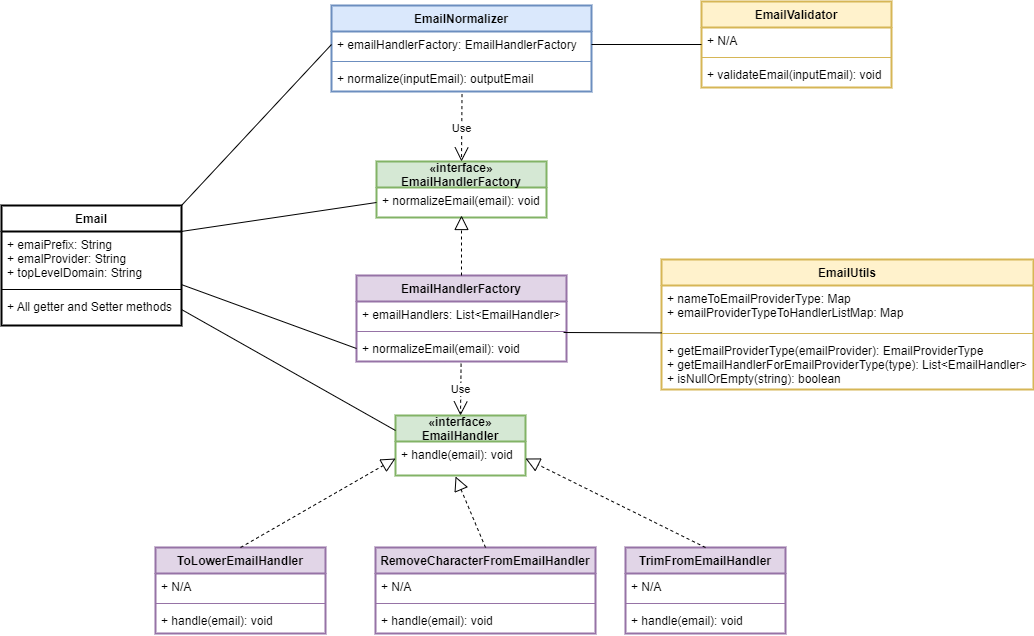
Above: src/main/resources/EmailNormalization.png in surajs1n/email-normalization (draw.io), before the change. Source tidied: cells renumbered, new cells last; positions are measured from the earlier drawing's top-left corner, leaving out a move shared by most shapes.
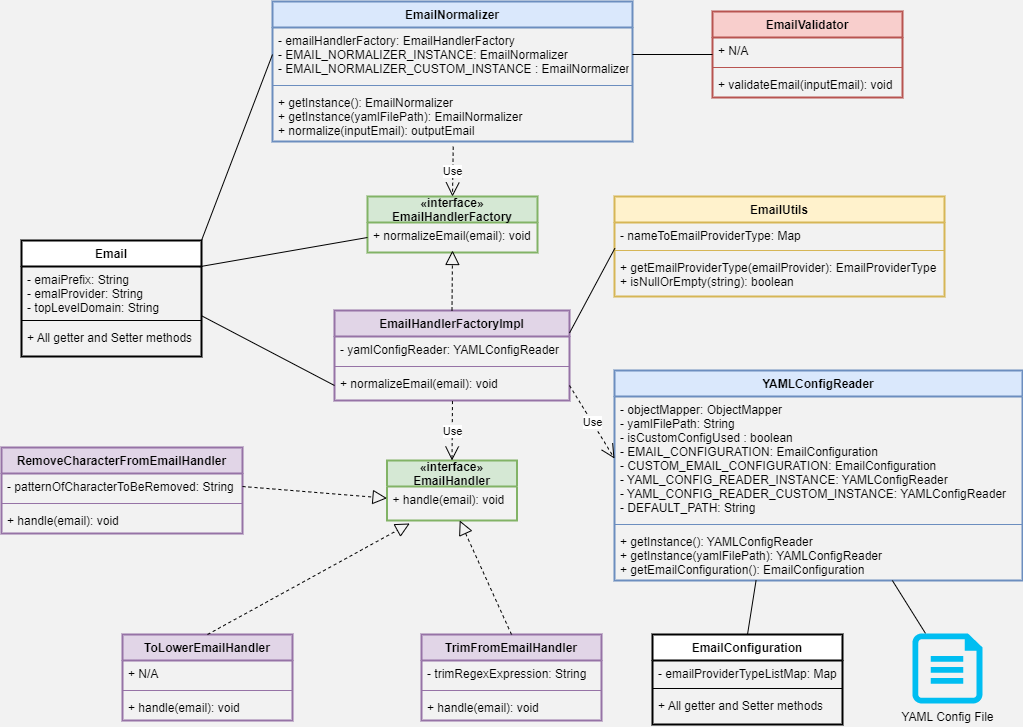
Above is the later version.

Diff of the diagram source:
```diff
@@ -1,18 +1,18 @@
-<mxGraphModel>
+<mxGraphModel background="#F2F2F2">
   <root>
     <mxCell id="0" />
     <mxCell id="1" parent="0" />
     <mxCell id="2" value="EmailNormalizer" style="swimlane;fontStyle=1;align=center;verticalAlign=top;horizontal=1;startSize=26;fillColor=#dae8fc;strokeColor=#6c8ebf;strokeWidth=2;" parent="1" vertex="1">
-      <mxGeometry x="330" y="4" width="260" height="86" as="geometry" />
+      <mxGeometry x="280" y="-35" width="360" height="140" as="geometry" />
     </mxCell>
-    <mxCell id="3" value="+ emailHandlerFactory: EmailHandlerFactory" style="text;strokeColor=none;fillColor=none;align=left;verticalAlign=top;spacingLeft=4;spacingRight=4;overflow=hidden;points=[[0,0.5],[1,0.5]];portConstraint=eastwest;" parent="2" vertex="1">
-      <mxGeometry y="26" width="260" height="26" as="geometry" />
+    <mxCell id="3" value="- emailHandlerFactory: EmailHandlerFactory&#10;- EMAIL_NORMALIZER_INSTANCE: EmailNormalizer&#10;- EMAIL_NORMALIZER_CUSTOM_INSTANCE : EmailNormalizer" style="text;strokeColor=none;fillColor=none;align=left;verticalAlign=top;spacingLeft=4;spacingRight=4;overflow=hidden;points=[[0,0.5],[1,0.5]];portConstraint=eastwest;" parent="2" vertex="1">
+      <mxGeometry y="26" width="360" height="54" as="geometry" />
     </mxCell>
     <mxCell id="4" style="line;strokeWidth=1;fillColor=none;align=left;verticalAlign=middle;spacingTop=-1;spacingLeft=3;spacingRight=3;labelPosition=right;strokeColor=inherit;" parent="2" vertex="1">
-      <mxGeometry y="52" width="260" height="8" as="geometry" />
+      <mxGeometry y="80" width="360" height="8" as="geometry" />
     </mxCell>
-    <mxCell id="5" value="+ normalize(inputEmail): outputEmail" style="text;strokeColor=none;fillColor=none;align=left;verticalAlign=top;spacingLeft=4;spacingRight=4;overflow=hidden;points=[[0,0.5],[1,0.5]];portConstraint=eastwest;" parent="2" vertex="1">
-      <mxGeometry y="60" width="260" height="26" as="geometry" />
+    <mxCell id="5" value="+ getInstance(): EmailNormalizer&#10;+ getInstance(yamlFilePath): EmailNormalizer&#10;+ normalize(inputEmail): outputEmail" style="text;strokeColor=none;fillColor=none;align=left;verticalAlign=top;spacingLeft=4;spacingRight=4;overflow=hidden;points=[[0,0.5],[1,0.5]];portConstraint=eastwest;" parent="2" vertex="1">
+      <mxGeometry y="88" width="360" height="52" as="geometry" />
     </mxCell>
     <mxCell id="6" value="«interface»&#10;EmailHandlerFactory" style="swimlane;fontStyle=1;horizontal=1;startSize=26;fillColor=#d5e8d4;strokeColor=#82b366;strokeWidth=2;" parent="1" vertex="1">
       <mxGeometry x="375" y="160" width="170" height="56" as="geometry" />
@@ -20,26 +20,26 @@
     <mxCell id="7" value="+ normalizeEmail(email): void" style="text;strokeColor=none;fillColor=none;align=left;verticalAlign=top;spacingLeft=4;spacingRight=4;overflow=hidden;points=[[0,0.5],[1,0.5]];portConstraint=eastwest;" parent="6" vertex="1">
       <mxGeometry y="26" width="170" height="30" as="geometry" />
     </mxCell>
-    <mxCell id="8" value="EmailHandlerFactory" style="swimlane;fontStyle=1;align=center;verticalAlign=top;horizontal=1;startSize=26;fillColor=#e1d5e7;strokeColor=#9673a6;strokeWidth=2;" parent="1" vertex="1">
-      <mxGeometry x="355" y="274" width="210" height="86" as="geometry" />
+    <mxCell id="8" value="EmailHandlerFactoryImpl" style="swimlane;fontStyle=1;align=center;verticalAlign=top;horizontal=1;startSize=26;fillColor=#e1d5e7;strokeColor=#9673a6;strokeWidth=2;" parent="1" vertex="1">
+      <mxGeometry x="342" y="274" width="235" height="90" as="geometry" />
     </mxCell>
-    <mxCell id="9" value="+ emailHandlers: List&lt;EmailHandler&gt;" style="text;strokeColor=none;fillColor=none;align=left;verticalAlign=top;spacingLeft=4;spacingRight=4;overflow=hidden;" parent="8" vertex="1">
-      <mxGeometry y="26" width="210" height="26" as="geometry" />
+    <mxCell id="9" value="- yamlConfigReader: YAMLConfigReader" style="text;strokeColor=none;fillColor=none;align=left;verticalAlign=top;spacingLeft=4;spacingRight=4;overflow=hidden;" parent="8" vertex="1">
+      <mxGeometry y="26" width="235" height="26" as="geometry" />
     </mxCell>
     <mxCell id="10" style="line;strokeWidth=1;fillColor=none;align=left;verticalAlign=middle;spacingTop=-1;spacingLeft=3;spacingRight=3;labelPosition=right;strokeColor=inherit;" parent="8" vertex="1">
-      <mxGeometry y="52" width="210" height="8" as="geometry" />
+      <mxGeometry y="52" width="235" height="8" as="geometry" />
     </mxCell>
     <mxCell id="11" value="+ normalizeEmail(email): void" style="text;strokeColor=none;fillColor=none;align=left;verticalAlign=top;spacingLeft=4;spacingRight=4;overflow=hidden;points=[[0,0.5],[1,0.5]];portConstraint=eastwest;" parent="8" vertex="1">
-      <mxGeometry y="60" width="210" height="26" as="geometry" />
+      <mxGeometry y="60" width="235" height="30" as="geometry" />
     </mxCell>
     <mxCell id="12" value="«interface»&#10;EmailHandler" style="swimlane;fontStyle=1;horizontal=1;startSize=26;fillColor=#d5e8d4;strokeColor=#82b366;strokeWidth=2;" parent="1" vertex="1">
-      <mxGeometry x="394" y="414" width="130" height="60" as="geometry" />
+      <mxGeometry x="394.5" y="424" width="130" height="60" as="geometry" />
     </mxCell>
     <mxCell id="13" value="+ handle(email): void" style="text;strokeColor=none;fillColor=none;align=left;verticalAlign=top;spacingLeft=4;spacingRight=4;overflow=hidden;points=[[0,0.5],[1,0.5]];portConstraint=eastwest;" parent="12" vertex="1">
       <mxGeometry y="26" width="130" height="34" as="geometry" />
     </mxCell>
     <mxCell id="14" value="ToLowerEmailHandler" style="swimlane;fontStyle=1;align=center;verticalAlign=top;horizontal=1;startSize=26;fillColor=#e1d5e7;strokeColor=#9673a6;strokeWidth=2;" parent="1" vertex="1">
-      <mxGeometry x="154" y="546" width="170" height="86" as="geometry" />
+      <mxGeometry x="130" y="598" width="170" height="86" as="geometry" />
     </mxCell>
     <mxCell id="15" value="+ N/A" style="text;strokeColor=none;fillColor=none;align=left;verticalAlign=top;spacingLeft=4;spacingRight=4;overflow=hidden;" parent="14" vertex="1">
       <mxGeometry y="26" width="170" height="26" as="geometry" />
@@ -51,55 +51,55 @@
       <mxGeometry y="60" width="170" height="26" as="geometry" />
     </mxCell>
     <mxCell id="18" value="RemoveCharacterFromEmailHandler" style="swimlane;fontStyle=1;align=center;verticalAlign=top;horizontal=1;startSize=26;fillColor=#e1d5e7;strokeColor=#9673a6;strokeWidth=2;" parent="1" vertex="1">
-      <mxGeometry x="374" y="546" width="220" height="86" as="geometry" />
+      <mxGeometry x="9" y="411" width="241" height="86" as="geometry" />
     </mxCell>
-    <mxCell id="19" value="+ N/A" style="text;strokeColor=none;fillColor=none;align=left;verticalAlign=top;spacingLeft=4;spacingRight=4;overflow=hidden;points=[[0,0.5],[1,0.5]];portConstraint=eastwest;" parent="18" vertex="1">
-      <mxGeometry y="26" width="220" height="26" as="geometry" />
+    <mxCell id="19" value="- patternOfCharacterToBeRemoved: String" style="text;strokeColor=none;fillColor=none;align=left;verticalAlign=top;spacingLeft=4;spacingRight=4;overflow=hidden;points=[[0,0.5],[1,0.5]];portConstraint=eastwest;" parent="18" vertex="1">
+      <mxGeometry y="26" width="241" height="26" as="geometry" />
     </mxCell>
     <mxCell id="20" style="line;strokeWidth=1;fillColor=none;align=left;verticalAlign=middle;spacingTop=-1;spacingLeft=3;spacingRight=3;labelPosition=right;strokeColor=inherit;" parent="18" vertex="1">
-      <mxGeometry y="52" width="220" height="8" as="geometry" />
+      <mxGeometry y="52" width="241" height="8" as="geometry" />
     </mxCell>
     <mxCell id="21" value="+ handle(email): void" style="text;strokeColor=none;fillColor=none;align=left;verticalAlign=top;spacingLeft=4;spacingRight=4;overflow=hidden;" parent="18" vertex="1">
-      <mxGeometry y="60" width="220" height="26" as="geometry" />
+      <mxGeometry y="60" width="241" height="26" as="geometry" />
     </mxCell>
     <mxCell id="22" value="TrimFromEmailHandler" style="swimlane;fontStyle=1;align=center;verticalAlign=top;horizontal=1;startSize=26;fillColor=#e1d5e7;strokeColor=#9673a6;strokeWidth=2;" parent="1" vertex="1">
-      <mxGeometry x="624" y="546" width="160" height="86" as="geometry" />
+      <mxGeometry x="429" y="598" width="180" height="86" as="geometry" />
     </mxCell>
-    <mxCell id="23" value="+ N/A" style="text;strokeColor=none;fillColor=none;align=left;verticalAlign=top;spacingLeft=4;spacingRight=4;overflow=hidden;" parent="22" vertex="1">
-      <mxGeometry y="26" width="160" height="26" as="geometry" />
+    <mxCell id="23" value="- trimRegexExpression: String" style="text;strokeColor=none;fillColor=none;align=left;verticalAlign=top;spacingLeft=4;spacingRight=4;overflow=hidden;" parent="22" vertex="1">
+      <mxGeometry y="26" width="180" height="26" as="geometry" />
     </mxCell>
     <mxCell id="24" style="line;strokeWidth=1;fillColor=none;align=left;verticalAlign=middle;spacingTop=-1;spacingLeft=3;spacingRight=3;labelPosition=right;strokeColor=inherit;" parent="22" vertex="1">
-      <mxGeometry y="52" width="160" height="8" as="geometry" />
+      <mxGeometry y="52" width="180" height="8" as="geometry" />
     </mxCell>
     <mxCell id="25" value="+ handle(email): void" style="text;strokeColor=none;fillColor=none;align=left;verticalAlign=top;spacingLeft=4;spacingRight=4;overflow=hidden;" parent="22" vertex="1">
-      <mxGeometry y="60" width="160" height="26" as="geometry" />
+      <mxGeometry y="60" width="180" height="26" as="geometry" />
     </mxCell>
     <mxCell id="26" value="Email" style="swimlane;fontStyle=1;align=center;verticalAlign=top;horizontal=1;startSize=26;strokeWidth=2;" parent="1" vertex="1">
-      <mxGeometry y="204" width="180" height="120" as="geometry" />
+      <mxGeometry x="29" y="204" width="180" height="116" as="geometry" />
     </mxCell>
-    <mxCell id="27" value="+ emaiPrefix: String&#10;+ emalProvider: String&#10;+ topLevelDomain: String" style="text;strokeColor=none;fillColor=none;align=left;verticalAlign=top;spacingLeft=4;spacingRight=4;overflow=hidden;points=[[0,0.5],[1,0.5]];portConstraint=eastwest;" parent="26" vertex="1">
-      <mxGeometry y="26" width="180" height="54" as="geometry" />
+    <mxCell id="27" value="- emaiPrefix: String&#10;- emalProvider: String&#10;- topLevelDomain: String" style="text;strokeColor=none;fillColor=none;align=left;verticalAlign=top;spacingLeft=4;spacingRight=4;overflow=hidden;points=[[0,0.5],[1,0.5]];portConstraint=eastwest;" parent="26" vertex="1">
+      <mxGeometry y="26" width="180" height="50" as="geometry" />
     </mxCell>
     <mxCell id="28" style="line;strokeWidth=1;fillColor=none;align=left;verticalAlign=middle;spacingTop=-1;spacingLeft=3;spacingRight=3;labelPosition=right;strokeColor=inherit;" parent="26" vertex="1">
-      <mxGeometry y="80" width="180" height="8" as="geometry" />
+      <mxGeometry y="76" width="180" height="8" as="geometry" />
     </mxCell>
     <mxCell id="29" value="+ All getter and Setter methods" style="text;strokeColor=none;fillColor=none;align=left;verticalAlign=top;spacingLeft=4;spacingRight=4;overflow=hidden;points=[[0,0.5],[1,0.5]];portConstraint=eastwest;" parent="26" vertex="1">
-      <mxGeometry y="88" width="180" height="32" as="geometry" />
+      <mxGeometry y="84" width="180" height="32" as="geometry" />
     </mxCell>
     <mxCell id="30" value="EmailUtils" style="swimlane;fontStyle=1;align=center;verticalAlign=top;horizontal=1;startSize=26;fillColor=#fff2cc;strokeColor=#d6b656;strokeWidth=2;" parent="1" vertex="1">
-      <mxGeometry x="660" y="258" width="372" height="130" as="geometry" />
+      <mxGeometry x="622" y="160" width="330" height="100" as="geometry" />
     </mxCell>
-    <mxCell id="31" value="+ nameToEmailProviderType: Map&#10;+ emailProviderTypeToHandlerListMap: Map" style="text;strokeColor=none;fillColor=none;align=left;verticalAlign=top;spacingLeft=4;spacingRight=4;overflow=hidden;points=[[0,0.5],[1,0.5]];portConstraint=eastwest;" parent="30" vertex="1">
-      <mxGeometry y="26" width="372" height="44" as="geometry" />
+    <mxCell id="31" value="- nameToEmailProviderType: Map" style="text;strokeColor=none;fillColor=none;align=left;verticalAlign=top;spacingLeft=4;spacingRight=4;overflow=hidden;points=[[0,0.5],[1,0.5]];portConstraint=eastwest;" parent="30" vertex="1">
+      <mxGeometry y="26" width="330" height="24" as="geometry" />
     </mxCell>
     <mxCell id="32" style="line;strokeWidth=1;fillColor=none;align=left;verticalAlign=middle;spacingTop=-1;spacingLeft=3;spacingRight=3;labelPosition=right;strokeColor=inherit;" parent="30" vertex="1">
-      <mxGeometry y="70" width="372" height="8" as="geometry" />
+      <mxGeometry y="50" width="330" height="8" as="geometry" />
     </mxCell>
-    <mxCell id="33" value="+ getEmailProviderType(emailProvider): EmailProviderType&#10;+ getEmailHandlerForEmailProviderType(type): List&lt;EmailHandler&gt;&#10;+ isNullOrEmpty(string): boolean" style="text;strokeColor=none;fillColor=none;align=left;verticalAlign=top;spacingLeft=4;spacingRight=4;overflow=hidden;" parent="30" vertex="1">
-      <mxGeometry y="78" width="372" height="52" as="geometry" />
+    <mxCell id="33" value="+ getEmailProviderType(emailProvider): EmailProviderType&#10;+ isNullOrEmpty(string): boolean" style="text;strokeColor=none;fillColor=none;align=left;verticalAlign=top;spacingLeft=4;spacingRight=4;overflow=hidden;" parent="30" vertex="1">
+      <mxGeometry y="58" width="330" height="42" as="geometry" />
     </mxCell>
-    <mxCell id="34" value="EmailValidator" style="swimlane;fontStyle=1;align=center;verticalAlign=top;horizontal=1;startSize=26;fillColor=#fff2cc;strokeColor=#d6b656;strokeWidth=2;" parent="1" vertex="1">
-      <mxGeometry x="700" width="190" height="86" as="geometry" />
+    <mxCell id="34" value="EmailValidator" style="swimlane;fontStyle=1;align=center;verticalAlign=top;horizontal=1;startSize=26;fillColor=#f8cecc;strokeColor=#b85450;strokeWidth=2;" parent="1" vertex="1">
+      <mxGeometry x="720" y="-25" width="190" height="86" as="geometry" />
     </mxCell>
     <mxCell id="35" value="+ N/A" style="text;strokeColor=none;fillColor=none;align=left;verticalAlign=top;spacingLeft=4;spacingRight=4;overflow=hidden;" parent="34" vertex="1">
       <mxGeometry y="26" width="190" height="26" as="geometry" />
@@ -110,13 +110,13 @@
     <mxCell id="37" value="+ validateEmail(inputEmail): void" style="text;strokeColor=none;fillColor=none;align=left;verticalAlign=top;spacingLeft=4;spacingRight=4;overflow=hidden;" parent="34" vertex="1">
       <mxGeometry y="60" width="190" height="26" as="geometry" />
     </mxCell>
-    <mxCell id="38" style="endArrow=block;dashed=1;endFill=0;endSize=12;html=1;rounded=0;exitX=0.5;exitY=0;exitDx=0;exitDy=0;entryX=0;entryY=0.5;entryDx=0;entryDy=0;" parent="1" edge="1" source="14" target="13">
+    <mxCell id="38" style="endArrow=block;dashed=1;endFill=0;endSize=12;html=1;rounded=0;exitX=0.5;exitY=0;exitDx=0;exitDy=0;entryX=0.175;entryY=1.088;entryDx=0;entryDy=0;entryPerimeter=0;" parent="1" edge="1" source="14" target="13">
       <mxGeometry relative="1" as="geometry" />
     </mxCell>
-    <mxCell id="39" style="endArrow=block;dashed=1;endFill=0;endSize=12;html=1;rounded=0;exitX=0.5;exitY=0;exitDx=0;exitDy=0;entryX=0.462;entryY=1.029;entryDx=0;entryDy=0;entryPerimeter=0;" parent="1" edge="1" source="18" target="13">
+    <mxCell id="39" style="endArrow=block;dashed=1;endFill=0;endSize=12;html=1;rounded=0;exitX=1;exitY=0.5;exitDx=0;exitDy=0;" parent="1" edge="1" source="19" target="13">
       <mxGeometry relative="1" as="geometry" />
     </mxCell>
-    <mxCell id="40" style="endArrow=block;dashed=1;endFill=0;endSize=12;html=1;rounded=0;exitX=0.5;exitY=0;exitDx=0;exitDy=0;entryX=1;entryY=0.5;entryDx=0;entryDy=0;" parent="1" edge="1" source="22" target="13">
+    <mxCell id="40" style="endArrow=block;dashed=1;endFill=0;endSize=12;html=1;rounded=0;exitX=0.5;exitY=0;exitDx=0;exitDy=0;" parent="1" edge="1" source="22" target="13">
       <mxGeometry relative="1" as="geometry" />
     </mxCell>
     <mxCell id="41" value="Use" style="endArrow=open;endSize=12;dashed=1;html=1;rounded=0;exitX=0.502;exitY=1.1;exitDx=0;exitDy=0;exitPerimeter=0;entryX=0.5;entryY=0;entryDx=0;entryDy=0;" parent="1" edge="1" source="5" target="6">
@@ -127,10 +127,7 @@
         <mxPoint x="460" y="214" as="targetPoint" />
       </mxGeometry>
     </mxCell>
-    <mxCell id="43" value="Use" style="endArrow=open;endSize=12;dashed=1;html=1;rounded=0;exitX=0.498;exitY=1.085;exitDx=0;exitDy=0;exitPerimeter=0;entryX=0.5;entryY=0;entryDx=0;entryDy=0;" parent="1" edge="1" source="11" target="12">
-      <mxGeometry relative="1" as="geometry" />
-    </mxCell>
-    <mxCell id="44" style="endArrow=none;html=1;rounded=0;entryX=0.001;entryY=1.077;entryDx=0;entryDy=0;entryPerimeter=0;exitX=0.986;exitY=-0.115;exitDx=0;exitDy=0;exitPerimeter=0;" parent="1" edge="1" source="11" target="31">
+    <mxCell id="44" style="endArrow=none;html=1;rounded=0;entryX=0.001;entryY=1.077;entryDx=0;entryDy=0;entryPerimeter=0;exitX=1;exitY=0.25;exitDx=0;exitDy=0;" parent="1" edge="1" source="8" target="31">
       <mxGeometry relative="1" as="geometry" />
     </mxCell>
     <mxCell id="45" style="endArrow=none;html=1;rounded=0;entryX=0;entryY=0.5;entryDx=0;entryDy=0;exitX=1;exitY=0.5;exitDx=0;exitDy=0;" parent="1" edge="1" source="3" target="34">
@@ -142,11 +139,47 @@
     <mxCell id="47" style="endArrow=none;html=1;rounded=0;entryX=0;entryY=0.5;entryDx=0;entryDy=0;exitX=0.989;exitY=0.004;exitDx=0;exitDy=0;exitPerimeter=0;" parent="1" edge="1" source="27" target="7">
       <mxGeometry relative="1" as="geometry" />
     </mxCell>
-    <mxCell id="48" style="endArrow=none;html=1;rounded=0;entryX=0;entryY=0.25;entryDx=0;entryDy=0;exitX=1;exitY=0.5;exitDx=0;exitDy=0;" parent="1" edge="1" source="29" target="12">
-      <mxGeometry relative="1" as="geometry" />
-    </mxCell>
     <mxCell id="49" style="endArrow=none;html=1;rounded=0;entryX=0;entryY=0.5;entryDx=0;entryDy=0;exitX=1;exitY=0;exitDx=0;exitDy=0;" parent="1" edge="1" source="26" target="3">
       <mxGeometry relative="1" as="geometry" />
     </mxCell>
+    <mxCell id="50" value="YAMLConfigReader" style="swimlane;fontStyle=1;align=center;verticalAlign=top;horizontal=1;startSize=26;fillColor=#dae8fc;strokeColor=#6c8ebf;strokeWidth=2;" parent="1" vertex="1">
+      <mxGeometry x="622" y="334" width="408" height="210" as="geometry" />
+    </mxCell>
+    <mxCell id="51" value="- objectMapper: ObjectMapper&#10;- yamlFilePath: String&#10;- isCustomConfigUsed : boolean&#10;- EMAIL_CONFIGURATION: EmailConfiguration&#10;- CUSTOM_EMAIL_CONFIGURATION: EmailConfiguration&#10;- YAML_CONFIG_READER_INSTANCE: YAMLConfigReader&#10;- YAML_CONFIG_READER_CUSTOM_INSTANCE: YAMLConfigReader&#10;- DEFAULT_PATH: String" style="text;strokeColor=none;fillColor=none;align=left;verticalAlign=top;spacingLeft=4;spacingRight=4;overflow=hidden;points=[[0,0.5],[1,0.5]];portConstraint=eastwest;" parent="50" vertex="1">
+      <mxGeometry y="26" width="408" height="124" as="geometry" />
+    </mxCell>
+    <mxCell id="52" style="line;strokeWidth=1;fillColor=none;align=left;verticalAlign=middle;spacingTop=-1;spacingLeft=3;spacingRight=3;labelPosition=right;strokeColor=inherit;" parent="50" vertex="1">
+      <mxGeometry y="150" width="408" height="8" as="geometry" />
+    </mxCell>
+    <mxCell id="53" value="+ getInstance(): YAMLConfigReader&#10;+ getInstance(yamlFilePath): YAMLConfigReader&#10;+ getEmailConfiguration(): EmailConfiguration" style="text;strokeColor=none;fillColor=none;align=left;verticalAlign=top;spacingLeft=4;spacingRight=4;overflow=hidden;points=[[0,0.5],[1,0.5]];portConstraint=eastwest;" parent="50" vertex="1">
+      <mxGeometry y="158" width="408" height="52" as="geometry" />
+    </mxCell>
+    <mxCell id="54" value="Use" style="endArrow=open;endSize=12;dashed=1;html=1;rounded=0;exitX=1;exitY=0.5;exitDx=0;exitDy=0;entryX=0;entryY=0.5;entryDx=0;entryDy=0;" parent="1" edge="1" source="11" target="51">
+      <mxGeometry relative="1" as="geometry" />
+    </mxCell>
+    <mxCell id="55" value="EmailConfiguration" style="swimlane;fontStyle=1;align=center;verticalAlign=top;horizontal=1;startSize=26;strokeWidth=2;" parent="1" vertex="1">
+      <mxGeometry x="660" y="598" width="190" height="90" as="geometry" />
+    </mxCell>
+    <mxCell id="56" value="- emailProviderTypeListMap: Map" style="text;strokeColor=none;fillColor=none;align=left;verticalAlign=top;spacingLeft=4;spacingRight=4;overflow=hidden;" parent="55" vertex="1">
+      <mxGeometry y="26" width="190" height="24" as="geometry" />
+    </mxCell>
+    <mxCell id="57" style="line;strokeWidth=1;fillColor=none;align=left;verticalAlign=middle;spacingTop=-1;spacingLeft=3;spacingRight=3;labelPosition=right;strokeColor=inherit;" parent="55" vertex="1">
+      <mxGeometry y="50" width="190" height="8" as="geometry" />
+    </mxCell>
+    <mxCell id="58" value="+ All getter and Setter methods" style="text;strokeColor=none;fillColor=none;align=left;verticalAlign=top;spacingLeft=4;spacingRight=4;overflow=hidden;" parent="55" vertex="1">
+      <mxGeometry y="58" width="190" height="32" as="geometry" />
+    </mxCell>
+    <mxCell id="43" value="Use" style="endArrow=open;endSize=12;dashed=1;html=1;rounded=0;exitX=0.502;exitY=1.02;exitDx=0;exitDy=0;entryX=0.5;entryY=0;entryDx=0;entryDy=0;exitPerimeter=0;" parent="1" edge="1" source="11" target="12">
+      <mxGeometry relative="1" as="geometry" />
+    </mxCell>
+    <mxCell id="59" style="rounded=0;jettySize=auto;html=1;entryX=0.681;entryY=1;entryDx=0;entryDy=0;entryPerimeter=0;endArrow=none;endFill=0;" parent="1" edge="1" source="60" target="53">
+      <mxGeometry relative="1" as="geometry" />
+    </mxCell>
+    <mxCell id="60" value="YAML Config File" style="verticalLabelPosition=bottom;html=1;verticalAlign=top;align=center;strokeColor=none;fillColor=#00BEF2;shape=mxgraph.azure.cloud_services_configuration_file;" parent="1" vertex="1">
+      <mxGeometry x="920" y="597" width="70" height="70" as="geometry" />
+    </mxCell>
+    <mxCell id="61" style="endArrow=none;html=1;rounded=0;exitX=0.5;exitY=0;exitDx=0;exitDy=0;entryX=0.347;entryY=0.996;entryDx=0;entryDy=0;entryPerimeter=0;" parent="1" edge="1" source="55" target="53">
+      <mxGeometry relative="1" as="geometry" />
+    </mxCell>
   </root>
 </mxGraphModel>
```
